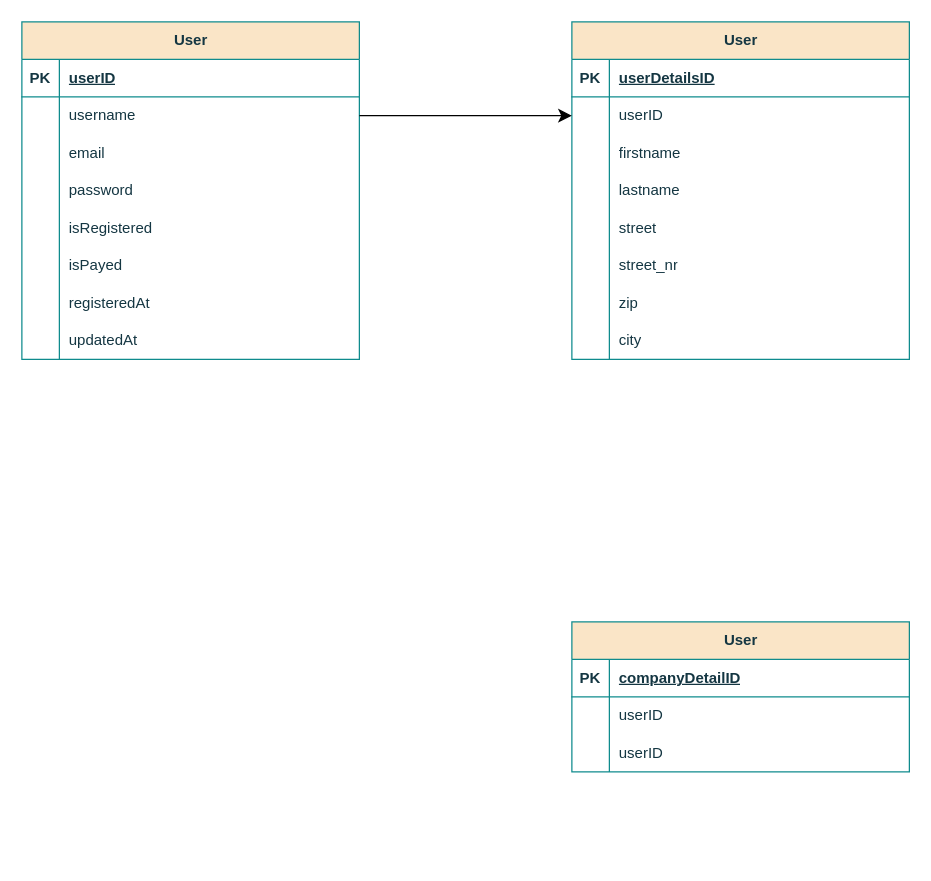
der-dittsche/app_tgc keeps this draw.io diagram as TGC-DB-Struktur.drawio. Above is the earlier version. Source tidied: cells renumbered, new cells numbered last; positions are measured from the earlier drawing's top-left corner, leaving out a move shared by most shapes. Both pictures are drawn from the tidied source at 125%, with x=0, y=0 at pixel (21, 21).
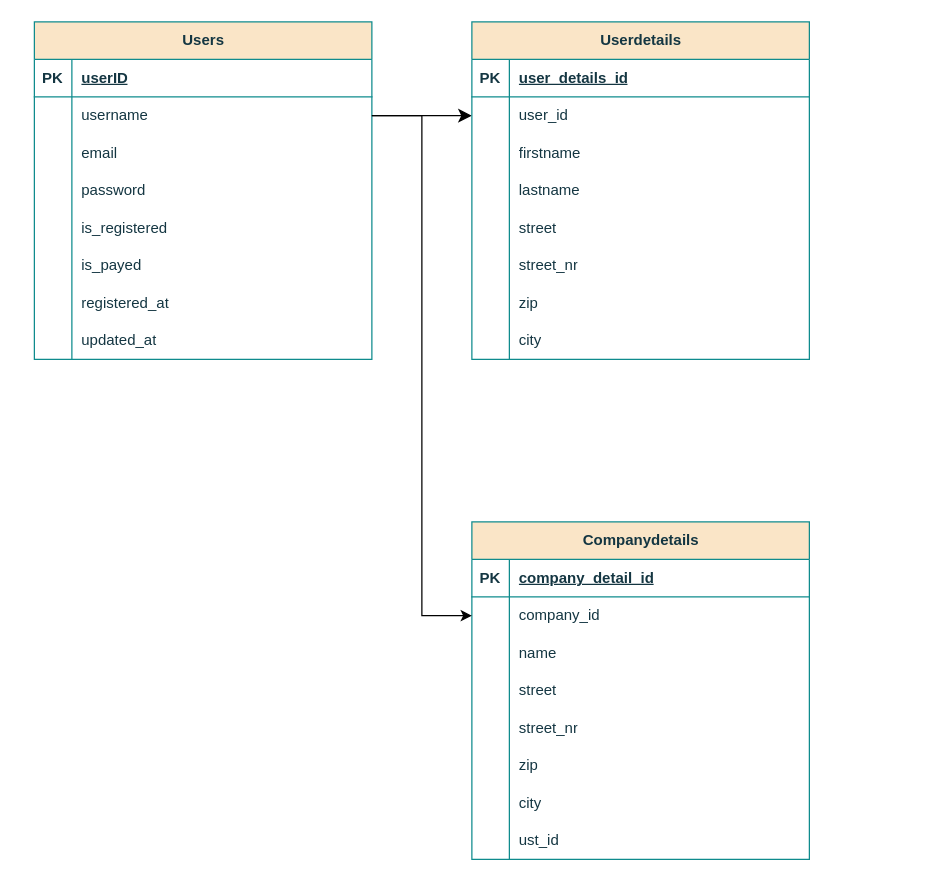
The same diagram, later.

The change refers to these unchanged cells:
```xml
<mxCell id="6" style="shape=tableRow;horizontal=0;startSize=0;swimlaneHead=0;swimlaneBody=0;fillColor=none;points=[[0,0.5],[1,0.5]];portConstraint=eastwest;top=0;left=0;right=0;bottom=0;labelBackgroundColor=none;strokeColor=#0F8B8D;fontColor=#143642;rounded=0;" parent="2" vertex="1">
  <mxGeometry y="60" width="270" height="30" as="geometry" />
</mxCell>
<mxCell id="15" style="shape=tableRow;horizontal=0;startSize=0;swimlaneHead=0;swimlaneBody=0;fillColor=none;top=0;left=0;right=0;bottom=0;labelBackgroundColor=none;strokeColor=#0F8B8D;fontColor=#143642;rounded=0;" parent="2" vertex="1">
  <mxGeometry y="150" width="270" height="30" as="geometry" />
</mxCell>
<mxCell id="18" style="shape=tableRow;horizontal=0;startSize=0;swimlaneHead=0;swimlaneBody=0;fillColor=none;top=0;left=0;right=0;bottom=0;labelBackgroundColor=none;strokeColor=#0F8B8D;fontColor=#143642;rounded=0;" parent="2" vertex="1">
  <mxGeometry y="180" width="270" height="30" as="geometry" />
</mxCell>
<mxCell id="21" style="shape=tableRow;horizontal=0;startSize=0;swimlaneHead=0;swimlaneBody=0;fillColor=none;top=0;left=0;right=0;bottom=0;labelBackgroundColor=none;strokeColor=#0F8B8D;fontColor=#143642;rounded=0;" parent="2" vertex="1">
  <mxGeometry y="210" width="270" height="30" as="geometry" />
</mxCell>
<mxCell id="24" style="shape=tableRow;horizontal=0;startSize=0;swimlaneHead=0;swimlaneBody=0;fillColor=none;top=0;left=0;right=0;bottom=0;labelBackgroundColor=none;strokeColor=#0F8B8D;fontColor=#143642;rounded=0;" parent="2" vertex="1">
  <mxGeometry y="240" width="270" height="30" as="geometry" />
</mxCell>
<mxCell id="28" style="shape=tableRow;horizontal=0;startSize=0;swimlaneHead=0;swimlaneBody=0;fillColor=none;top=0;left=0;right=0;bottom=1;labelBackgroundColor=none;strokeColor=#0F8B8D;fontColor=#143642;rounded=0;" parent="27" vertex="1">
  <mxGeometry y="30" width="270" height="30" as="geometry" />
</mxCell>
<mxCell id="31" style="shape=tableRow;horizontal=0;startSize=0;swimlaneHead=0;swimlaneBody=0;fillColor=none;points=[[0,0.5],[1,0.5]];portConstraint=eastwest;top=0;left=0;right=0;bottom=0;labelBackgroundColor=none;strokeColor=#0F8B8D;fontColor=#143642;rounded=0;" parent="27" vertex="1">
  <mxGeometry y="60" width="270" height="30" as="geometry" />
</mxCell>
```

What changed in the source:
```diff
@@
-    <mxCell id="2" value="User" style="shape=table;startSize=30;childLayout=tableLayout;rowLines=0;fontStyle=1;align=center;html=1;swimlaneFillColor=none;fillColor=#FAE5C7;strokeColor=#0F8B8D;labelBackgroundColor=none;fontColor=#143642;rounded=0;" parent="1" vertex="1">
-      <mxGeometry width="270" height="270" as="geometry" />
+    <mxCell id="2" value="Users" style="shape=table;startSize=30;childLayout=tableLayout;rowLines=0;fontStyle=1;align=center;html=1;swimlaneFillColor=none;fillColor=#FAE5C7;strokeColor=#0F8B8D;labelBackgroundColor=none;fontColor=#143642;rounded=0;" parent="1" vertex="1">
+      <mxGeometry x="10" width="270" height="270" as="geometry" />
     </mxCell>
@@
-    <mxCell id="17" value="isRegistered" style="shape=partialRectangle;fillColor=none;top=0;left=0;bottom=0;right=0;align=left;spacingLeft=6;overflow=hidden;whiteSpace=wrap;html=1;labelBackgroundColor=none;strokeColor=#0F8B8D;fontColor=#143642;rounded=0;" parent="15" vertex="1">
+    <mxCell id="17" value="is_registered" style="shape=partialRectangle;fillColor=none;top=0;left=0;bottom=0;right=0;align=left;spacingLeft=6;overflow=hidden;whiteSpace=wrap;html=1;labelBackgroundColor=none;strokeColor=#0F8B8D;fontColor=#143642;rounded=0;" parent="15" vertex="1">
       <mxGeometry x="30" width="240" height="30" as="geometry" />
     </mxCell>
@@
-    <mxCell id="20" value="isPayed" style="shape=partialRectangle;fillColor=none;top=0;left=0;bottom=0;right=0;align=left;spacingLeft=6;overflow=hidden;whiteSpace=wrap;html=1;labelBackgroundColor=none;strokeColor=#0F8B8D;fontColor=#143642;rounded=0;" parent="18" vertex="1">
+    <mxCell id="20" value="is_payed" style="shape=partialRectangle;fillColor=none;top=0;left=0;bottom=0;right=0;align=left;spacingLeft=6;overflow=hidden;whiteSpace=wrap;html=1;labelBackgroundColor=none;strokeColor=#0F8B8D;fontColor=#143642;rounded=0;" parent="18" vertex="1">
       <mxGeometry x="30" width="240" height="30" as="geometry" />
     </mxCell>
@@
-    <mxCell id="23" value="registeredAt" style="shape=partialRectangle;fillColor=none;top=0;left=0;bottom=0;right=0;align=left;spacingLeft=6;overflow=hidden;whiteSpace=wrap;html=1;labelBackgroundColor=none;strokeColor=#0F8B8D;fontColor=#143642;rounded=0;" parent="21" vertex="1">
+    <mxCell id="23" value="registered_at" style="shape=partialRectangle;fillColor=none;top=0;left=0;bottom=0;right=0;align=left;spacingLeft=6;overflow=hidden;whiteSpace=wrap;html=1;labelBackgroundColor=none;strokeColor=#0F8B8D;fontColor=#143642;rounded=0;" parent="21" vertex="1">
       <mxGeometry x="30" width="240" height="30" as="geometry" />
     </mxCell>
@@
-    <mxCell id="26" value="updatedAt" style="shape=partialRectangle;fillColor=none;top=0;left=0;bottom=0;right=0;align=left;spacingLeft=6;overflow=hidden;whiteSpace=wrap;html=1;labelBackgroundColor=none;strokeColor=#0F8B8D;fontColor=#143642;rounded=0;" parent="24" vertex="1">
+    <mxCell id="26" value="updated_at" style="shape=partialRectangle;fillColor=none;top=0;left=0;bottom=0;right=0;align=left;spacingLeft=6;overflow=hidden;whiteSpace=wrap;html=1;labelBackgroundColor=none;strokeColor=#0F8B8D;fontColor=#143642;rounded=0;" parent="24" vertex="1">
       <mxGeometry x="30" width="240" height="30" as="geometry" />
     </mxCell>
+    <mxCell id="52" value="Companydetails" style="shape=table;startSize=30;childLayout=tableLayout;rowLines=0;fontStyle=1;align=center;html=1;swimlaneFillColor=none;fillColor=#FAE5C7;strokeColor=#0F8B8D;labelBackgroundColor=none;fontColor=#143642;rounded=0;" parent="1" vertex="1">
+      <mxGeometry x="360" y="400" width="270" height="270" as="geometry" />
+    </mxCell>
+    <mxCell id="53" style="shape=tableRow;horizontal=0;startSize=0;swimlaneHead=0;swimlaneBody=0;fillColor=none;top=0;left=0;right=0;bottom=1;labelBackgroundColor=none;strokeColor=#0F8B8D;fontColor=#143642;rounded=0;" parent="52" vertex="1">
+      <mxGeometry y="30" width="270" height="30" as="geometry" />
+    </mxCell>
+    <mxCell id="54" value="PK" style="shape=partialRectangle;fillColor=none;top=0;left=0;bottom=0;right=0;fontStyle=1;overflow=hidden;whiteSpace=wrap;html=1;labelBackgroundColor=none;strokeColor=#0F8B8D;fontColor=#143642;rounded=0;" parent="53" vertex="1">
+      <mxGeometry width="30" height="30" as="geometry" />
+    </mxCell>
+    <mxCell id="55" value="company_detail_id" style="shape=partialRectangle;fillColor=none;top=0;left=0;bottom=0;right=0;align=left;spacingLeft=6;fontStyle=5;overflow=hidden;whiteSpace=wrap;html=1;labelBackgroundColor=none;strokeColor=#0F8B8D;fontColor=#143642;rounded=0;" parent="53" vertex="1">
+      <mxGeometry x="30" width="240" height="30" as="geometry" />
+    </mxCell>
+    <mxCell id="56" style="shape=tableRow;horizontal=0;startSize=0;swimlaneHead=0;swimlaneBody=0;fillColor=none;points=[[0,0.5],[1,0.5]];portConstraint=eastwest;top=0;left=0;right=0;bottom=0;labelBackgroundColor=none;strokeColor=#0F8B8D;fontColor=#143642;rounded=0;" parent="52" vertex="1">
+      <mxGeometry y="60" width="270" height="30" as="geometry" />
+    </mxCell>
+    <mxCell id="57" style="shape=partialRectangle;fillColor=none;top=0;left=0;bottom=0;right=0;overflow=hidden;whiteSpace=wrap;html=1;labelBackgroundColor=none;strokeColor=#0F8B8D;fontColor=#143642;rounded=0;" parent="56" vertex="1">
+      <mxGeometry width="30" height="30" as="geometry" />
+    </mxCell>
+    <mxCell id="58" value="company_id" style="shape=partialRectangle;fillColor=none;top=0;left=0;bottom=0;right=0;align=left;spacingLeft=6;overflow=hidden;whiteSpace=wrap;html=1;labelBackgroundColor=none;strokeColor=#0F8B8D;fontColor=#143642;rounded=0;" parent="56" vertex="1">
+      <mxGeometry x="30" width="240" height="30" as="geometry" />
+    </mxCell>
+    <mxCell id="59" style="shape=tableRow;horizontal=0;startSize=0;swimlaneHead=0;swimlaneBody=0;fillColor=none;top=0;left=0;right=0;bottom=0;labelBackgroundColor=none;strokeColor=#0F8B8D;fontColor=#143642;rounded=0;" parent="52" vertex="1">
+      <mxGeometry y="90" width="270" height="30" as="geometry" />
+    </mxCell>
+    <mxCell id="60" style="shape=partialRectangle;fillColor=none;top=0;left=0;bottom=0;right=0;overflow=hidden;whiteSpace=wrap;html=1;labelBackgroundColor=none;strokeColor=#0F8B8D;fontColor=#143642;rounded=0;" parent="59" vertex="1">
+      <mxGeometry width="30" height="30" as="geometry" />
+    </mxCell>
+    <mxCell id="61" value="name" style="shape=partialRectangle;fillColor=none;top=0;left=0;bottom=0;right=0;align=left;spacingLeft=6;overflow=hidden;whiteSpace=wrap;html=1;labelBackgroundColor=none;strokeColor=#0F8B8D;fontColor=#143642;rounded=0;" parent="59" vertex="1">
+      <mxGeometry x="30" width="240" height="30" as="geometry" />
+    </mxCell>
+    <mxCell id="64" style="shape=tableRow;horizontal=0;startSize=0;swimlaneHead=0;swimlaneBody=0;fillColor=none;top=0;left=0;right=0;bottom=0;labelBackgroundColor=none;strokeColor=#0F8B8D;fontColor=#143642;rounded=0;" parent="52" vertex="1">
+      <mxGeometry y="120" width="270" height="30" as="geometry" />
+    </mxCell>
+    <mxCell id="65" style="shape=partialRectangle;fillColor=none;top=0;left=0;bottom=0;right=0;overflow=hidden;whiteSpace=wrap;html=1;labelBackgroundColor=none;strokeColor=#0F8B8D;fontColor=#143642;rounded=0;" parent="64" vertex="1">
+      <mxGeometry width="30" height="30" as="geometry" />
+    </mxCell>
+    <mxCell id="66" value="street" style="shape=partialRectangle;fillColor=none;top=0;left=0;bottom=0;right=0;align=left;spacingLeft=6;overflow=hidden;whiteSpace=wrap;html=1;labelBackgroundColor=none;strokeColor=#0F8B8D;fontColor=#143642;rounded=0;" parent="64" vertex="1">
+      <mxGeometry x="30" width="240" height="30" as="geometry" />
+    </mxCell>
+    <mxCell id="67" style="shape=tableRow;horizontal=0;startSize=0;swimlaneHead=0;swimlaneBody=0;fillColor=none;top=0;left=0;right=0;bottom=0;labelBackgroundColor=none;strokeColor=#0F8B8D;fontColor=#143642;rounded=0;" parent="52" vertex="1">
+      <mxGeometry y="150" width="270" height="30" as="geometry" />
+    </mxCell>
+    <mxCell id="68" style="shape=partialRectangle;fillColor=none;top=0;left=0;bottom=0;right=0;overflow=hidden;whiteSpace=wrap;html=1;labelBackgroundColor=none;strokeColor=#0F8B8D;fontColor=#143642;rounded=0;" parent="67" vertex="1">
+      <mxGeometry width="30" height="30" as="geometry" />
+    </mxCell>
+    <mxCell id="69" value="street_nr" style="shape=partialRectangle;fillColor=none;top=0;left=0;bottom=0;right=0;align=left;spacingLeft=6;overflow=hidden;whiteSpace=wrap;html=1;labelBackgroundColor=none;strokeColor=#0F8B8D;fontColor=#143642;rounded=0;" parent="67" vertex="1">
+      <mxGeometry x="30" width="240" height="30" as="geometry" />
+    </mxCell>
+    <mxCell id="70" style="shape=tableRow;horizontal=0;startSize=0;swimlaneHead=0;swimlaneBody=0;fillColor=none;top=0;left=0;right=0;bottom=0;labelBackgroundColor=none;strokeColor=#0F8B8D;fontColor=#143642;rounded=0;" parent="52" vertex="1">
+      <mxGeometry y="180" width="270" height="30" as="geometry" />
+    </mxCell>
+    <mxCell id="71" style="shape=partialRectangle;fillColor=none;top=0;left=0;bottom=0;right=0;overflow=hidden;whiteSpace=wrap;html=1;labelBackgroundColor=none;strokeColor=#0F8B8D;fontColor=#143642;rounded=0;" parent="70" vertex="1">
+      <mxGeometry width="30" height="30" as="geometry" />
+    </mxCell>
+    <mxCell id="72" value="zip" style="shape=partialRectangle;fillColor=none;top=0;left=0;bottom=0;right=0;align=left;spacingLeft=6;overflow=hidden;whiteSpace=wrap;html=1;labelBackgroundColor=none;strokeColor=#0F8B8D;fontColor=#143642;rounded=0;" parent="70" vertex="1">
+      <mxGeometry x="30" width="240" height="30" as="geometry" />
+    </mxCell>
+    <mxCell id="73" style="shape=tableRow;horizontal=0;startSize=0;swimlaneHead=0;swimlaneBody=0;fillColor=none;top=0;left=0;right=0;bottom=0;labelBackgroundColor=none;strokeColor=#0F8B8D;fontColor=#143642;rounded=0;" parent="52" vertex="1">
+      <mxGeometry y="210" width="270" height="30" as="geometry" />
+    </mxCell>
+    <mxCell id="74" style="shape=partialRectangle;fillColor=none;top=0;left=0;bottom=0;right=0;overflow=hidden;whiteSpace=wrap;html=1;labelBackgroundColor=none;strokeColor=#0F8B8D;fontColor=#143642;rounded=0;" parent="73" vertex="1">
+      <mxGeometry width="30" height="30" as="geometry" />
+    </mxCell>
+    <mxCell id="75" value="city" style="shape=partialRectangle;fillColor=none;top=0;left=0;bottom=0;right=0;align=left;spacingLeft=6;overflow=hidden;whiteSpace=wrap;html=1;labelBackgroundColor=none;strokeColor=#0F8B8D;fontColor=#143642;rounded=0;" parent="73" vertex="1">
+      <mxGeometry x="30" width="240" height="30" as="geometry" />
+    </mxCell>
+    <mxCell id="76" style="shape=tableRow;horizontal=0;startSize=0;swimlaneHead=0;swimlaneBody=0;fillColor=none;top=0;left=0;right=0;bottom=0;labelBackgroundColor=none;strokeColor=#0F8B8D;fontColor=#143642;rounded=0;" parent="52" vertex="1">
+      <mxGeometry y="240" width="270" height="30" as="geometry" />
+    </mxCell>
+    <mxCell id="77" style="shape=partialRectangle;fillColor=none;top=0;left=0;bottom=0;right=0;overflow=hidden;whiteSpace=wrap;html=1;labelBackgroundColor=none;strokeColor=#0F8B8D;fontColor=#143642;rounded=0;" parent="76" vertex="1">
+      <mxGeometry width="30" height="30" as="geometry" />
+    </mxCell>
+    <mxCell id="78" value="ust_id" style="shape=partialRectangle;fillColor=none;top=0;left=0;bottom=0;right=0;align=left;spacingLeft=6;overflow=hidden;whiteSpace=wrap;html=1;labelBackgroundColor=none;strokeColor=#0F8B8D;fontColor=#143642;rounded=0;" parent="76" vertex="1">
+      <mxGeometry x="30" width="240" height="30" as="geometry" />
+    </mxCell>
+    <mxCell id="62" style="shape=partialRectangle;fillColor=none;top=0;left=0;bottom=0;right=0;overflow=hidden;whiteSpace=wrap;html=1;labelBackgroundColor=none;strokeColor=#0F8B8D;fontColor=#143642;rounded=0;" parent="1" vertex="1">
+      <mxGeometry x="440" y="600" width="30" height="30" as="geometry" />
+    </mxCell>
+    <mxCell id="63" style="elbow=horizontal;endArrow=classic;html=1;rounded=0;endSize=8;startSize=8;" parent="1" edge="1" source="6" target="31">
+      <mxGeometry relative="1" as="geometry">
+        <Array as="points">
+          <mxPoint x="350" y="75" />
+        </Array>
+      </mxGeometry>
+    </mxCell>
-    <mxCell id="27" value="User" style="shape=table;startSize=30;childLayout=tableLayout;rowLines=0;fontStyle=1;align=center;html=1;swimlaneFillColor=none;fillColor=#FAE5C7;strokeColor=#0F8B8D;labelBackgroundColor=none;fontColor=#143642;rounded=0;" parent="1" vertex="1">
-      <mxGeometry x="440" width="270" height="270" as="geometry" />
+    <mxCell id="27" value="Userdetails" style="shape=table;startSize=30;childLayout=tableLayout;rowLines=0;fontStyle=1;align=center;html=1;swimlaneFillColor=none;fillColor=#FAE5C7;strokeColor=#0F8B8D;labelBackgroundColor=none;fontColor=#143642;rounded=0;" parent="1" vertex="1">
+      <mxGeometry x="360" width="270" height="270" as="geometry" />
     </mxCell>
@@
-    <mxCell id="30" value="userDetailsID" style="shape=partialRectangle;fillColor=none;top=0;left=0;bottom=0;right=0;align=left;spacingLeft=6;fontStyle=5;overflow=hidden;whiteSpace=wrap;html=1;labelBackgroundColor=none;strokeColor=#0F8B8D;fontColor=#143642;rounded=0;" parent="28" vertex="1">
+    <mxCell id="30" value="user_details_id" style="shape=partialRectangle;fillColor=none;top=0;left=0;bottom=0;right=0;align=left;spacingLeft=6;fontStyle=5;overflow=hidden;whiteSpace=wrap;html=1;labelBackgroundColor=none;strokeColor=#0F8B8D;fontColor=#143642;rounded=0;" parent="28" vertex="1">
       <mxGeometry x="30" width="240" height="30" as="geometry" />
     </mxCell>
@@
-    <mxCell id="33" value="userID" style="shape=partialRectangle;fillColor=none;top=0;left=0;bottom=0;right=0;align=left;spacingLeft=6;overflow=hidden;whiteSpace=wrap;html=1;labelBackgroundColor=none;strokeColor=#0F8B8D;fontColor=#143642;rounded=0;" parent="31" vertex="1">
+    <mxCell id="33" value="user_id" style="shape=partialRectangle;fillColor=none;top=0;left=0;bottom=0;right=0;align=left;spacingLeft=6;overflow=hidden;whiteSpace=wrap;html=1;labelBackgroundColor=none;strokeColor=#0F8B8D;fontColor=#143642;rounded=0;" parent="31" vertex="1">
       <mxGeometry x="30" width="240" height="30" as="geometry" />
     </mxCell>
@@
-    <mxCell id="52" value="User" style="shape=table;startSize=30;childLayout=tableLayout;rowLines=0;fontStyle=1;align=center;html=1;swimlaneFillColor=none;fillColor=#FAE5C7;strokeColor=#0F8B8D;labelBackgroundColor=none;fontColor=#143642;rounded=0;" parent="1" vertex="1">
-      <mxGeometry x="440" y="480" width="270" height="120" as="geometry" />
-    </mxCell>
-    <mxCell id="53" style="shape=tableRow;horizontal=0;startSize=0;swimlaneHead=0;swimlaneBody=0;fillColor=none;top=0;left=0;right=0;bottom=1;labelBackgroundColor=none;strokeColor=#0F8B8D;fontColor=#143642;rounded=0;" parent="52" vertex="1">
-      <mxGeometry y="30" width="270" height="30" as="geometry" />
-    </mxCell>
-    <mxCell id="54" value="PK" style="shape=partialRectangle;fillColor=none;top=0;left=0;bottom=0;right=0;fontStyle=1;overflow=hidden;whiteSpace=wrap;html=1;labelBackgroundColor=none;strokeColor=#0F8B8D;fontColor=#143642;rounded=0;" parent="53" vertex="1">
-      <mxGeometry width="30" height="30" as="geometry" />
-    </mxCell>
-    <mxCell id="55" value="companyDetailID" style="shape=partialRectangle;fillColor=none;top=0;left=0;bottom=0;right=0;align=left;spacingLeft=6;fontStyle=5;overflow=hidden;whiteSpace=wrap;html=1;labelBackgroundColor=none;strokeColor=#0F8B8D;fontColor=#143642;rounded=0;" parent="53" vertex="1">
-      <mxGeometry x="30" width="240" height="30" as="geometry" />
-    </mxCell>
-    <mxCell id="56" style="shape=tableRow;horizontal=0;startSize=0;swimlaneHead=0;swimlaneBody=0;fillColor=none;points=[[0,0.5],[1,0.5]];portConstraint=eastwest;top=0;left=0;right=0;bottom=0;labelBackgroundColor=none;strokeColor=#0F8B8D;fontColor=#143642;rounded=0;" parent="52" vertex="1">
-      <mxGeometry y="60" width="270" height="30" as="geometry" />
-    </mxCell>
-    <mxCell id="57" style="shape=partialRectangle;fillColor=none;top=0;left=0;bottom=0;right=0;overflow=hidden;whiteSpace=wrap;html=1;labelBackgroundColor=none;strokeColor=#0F8B8D;fontColor=#143642;rounded=0;" parent="56" vertex="1">
-      <mxGeometry width="30" height="30" as="geometry" />
-    </mxCell>
-    <mxCell id="58" value="userID" style="shape=partialRectangle;fillColor=none;top=0;left=0;bottom=0;right=0;align=left;spacingLeft=6;overflow=hidden;whiteSpace=wrap;html=1;labelBackgroundColor=none;strokeColor=#0F8B8D;fontColor=#143642;rounded=0;" parent="56" vertex="1">
-      <mxGeometry x="30" width="240" height="30" as="geometry" />
-    </mxCell>
-    <mxCell id="59" style="shape=tableRow;horizontal=0;startSize=0;swimlaneHead=0;swimlaneBody=0;fillColor=none;top=0;left=0;right=0;bottom=0;labelBackgroundColor=none;strokeColor=#0F8B8D;fontColor=#143642;rounded=0;" parent="52" vertex="1">
-      <mxGeometry y="90" width="270" height="30" as="geometry" />
-    </mxCell>
-    <mxCell id="60" style="shape=partialRectangle;fillColor=none;top=0;left=0;bottom=0;right=0;overflow=hidden;whiteSpace=wrap;html=1;labelBackgroundColor=none;strokeColor=#0F8B8D;fontColor=#143642;rounded=0;" parent="59" vertex="1">
-      <mxGeometry width="30" height="30" as="geometry" />
-    </mxCell>
-    <mxCell id="61" value="userID" style="shape=partialRectangle;fillColor=none;top=0;left=0;bottom=0;right=0;align=left;spacingLeft=6;overflow=hidden;whiteSpace=wrap;html=1;labelBackgroundColor=none;strokeColor=#0F8B8D;fontColor=#143642;rounded=0;" parent="59" vertex="1">
-      <mxGeometry x="30" width="240" height="30" as="geometry" />
-    </mxCell>
-    <mxCell id="62" style="shape=partialRectangle;fillColor=none;top=0;left=0;bottom=0;right=0;overflow=hidden;whiteSpace=wrap;html=1;labelBackgroundColor=none;strokeColor=#0F8B8D;fontColor=#143642;rounded=0;" parent="1" vertex="1">
-      <mxGeometry x="440" y="600" width="30" height="30" as="geometry" />
-    </mxCell>
-    <mxCell id="63" style="elbow=horizontal;endArrow=classic;html=1;rounded=0;endSize=8;startSize=8;" parent="1" edge="1" source="6" target="31">
-      <mxGeometry relative="1" as="geometry">
-        <Array as="points">
-          <mxPoint x="350" y="75" />
-        </Array>
-      </mxGeometry>
-    </mxCell>
+    <mxCell id="79" style="endArrow=classic;html=1;rounded=0;targetPerimeterSpacing=0;sourcePerimeterSpacing=0;jumpStyle=none;" parent="1" edge="1" source="6" target="56">
+      <mxGeometry relative="1" as="geometry">
+        <Array as="points">
+          <mxPoint x="320" y="75" />
+          <mxPoint x="320" y="240" />
+          <mxPoint x="320" y="475" />
+        </Array>
+      </mxGeometry>
+    </mxCell>
```
